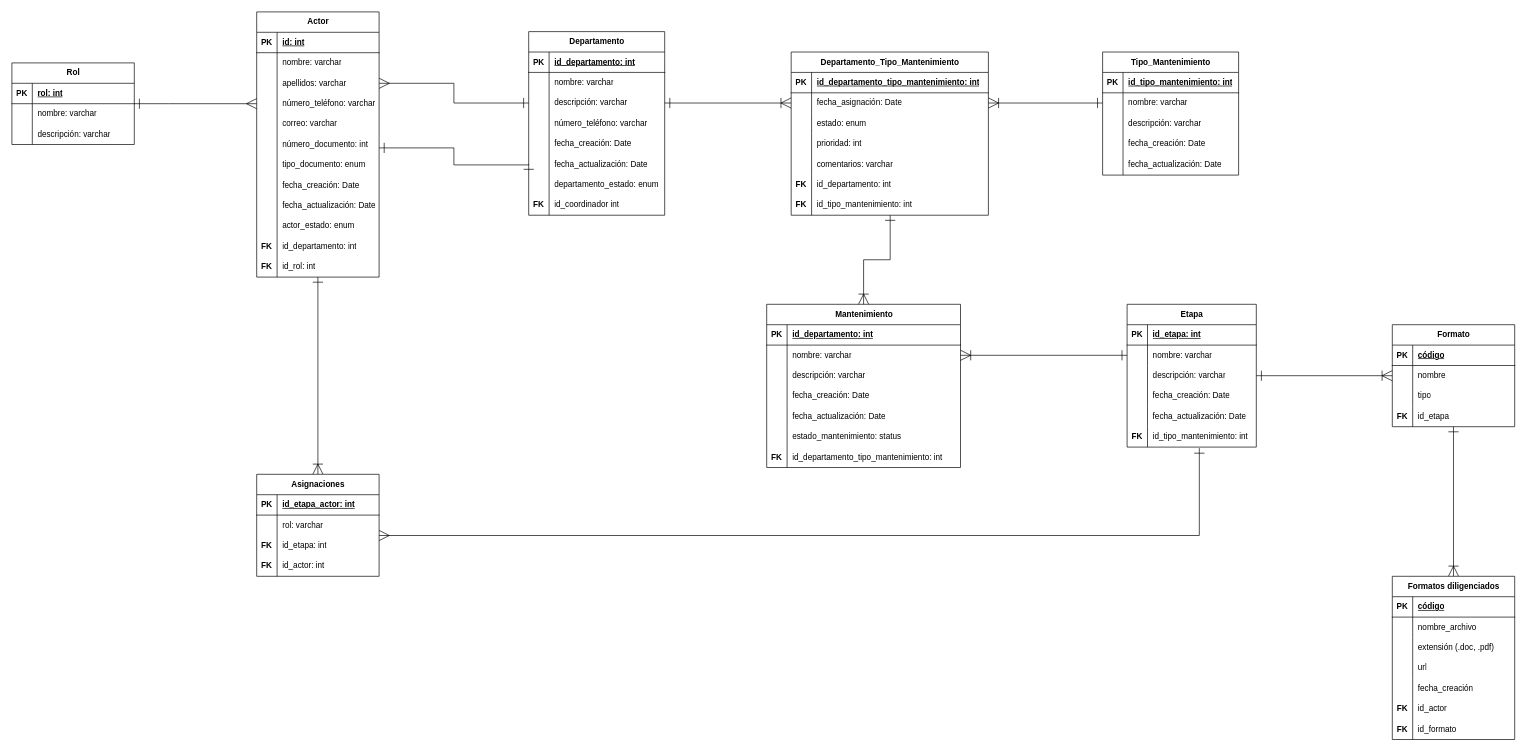
This is Relational model.drawio from DevKike/maintenance_management_system, a draw.io file, before an edit. Source tidied: cells renumbered, new cells numbered last; positions are measured from the earlier drawing's top-left corner, leaving out a move shared by most shapes. Both pictures are drawn from the tidied source at 68%, with x=0, y=0 at pixel (12, 12).
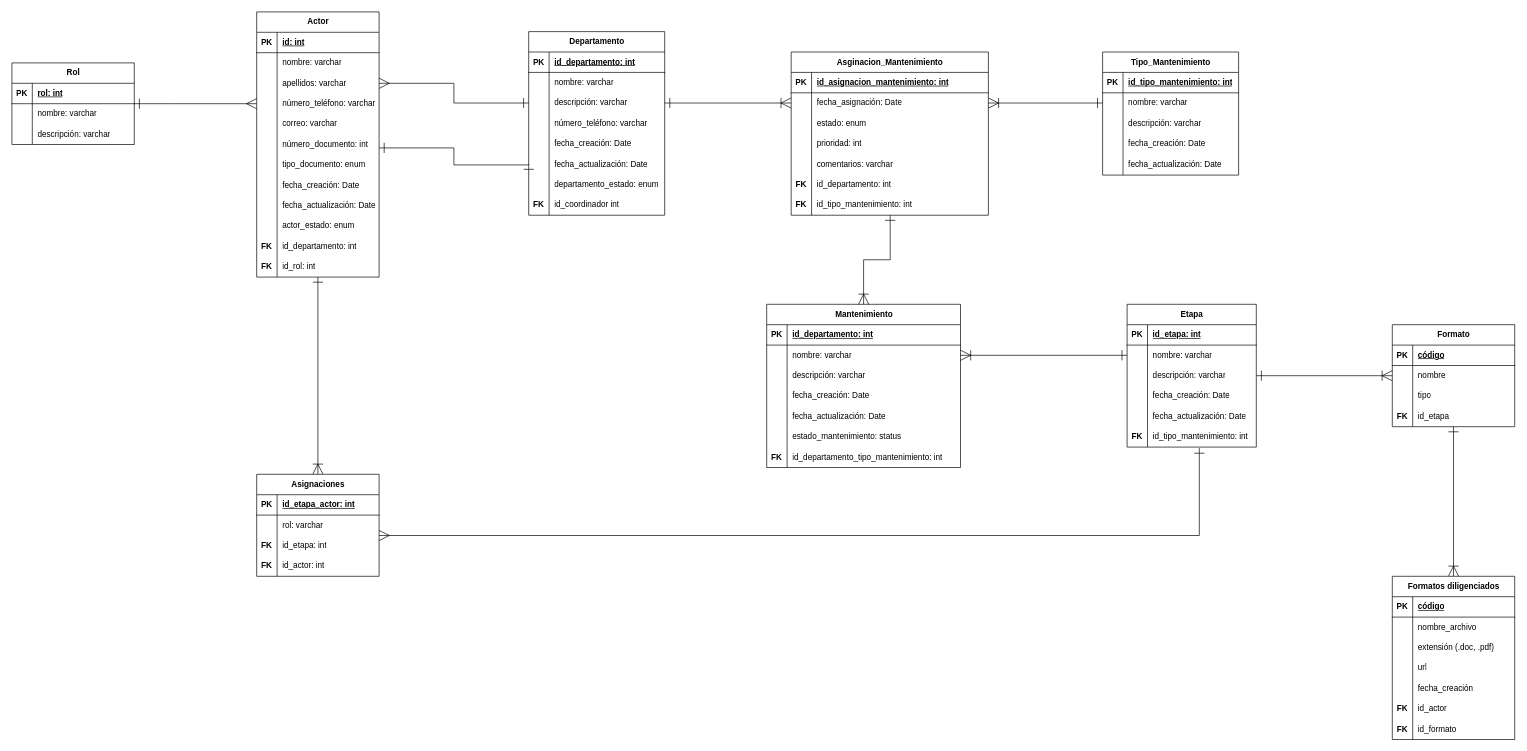
Above is the later version.

Commit message:
Refactor: update an entity's name

The change refers to these unchanged cells:
```xml
<mxCell id="191" style="shape=tableRow;horizontal=0;startSize=0;swimlaneHead=0;swimlaneBody=0;fillColor=none;top=0;left=0;right=0;bottom=1;" parent="190" vertex="1">
  <mxGeometry y="30" width="290" height="30" as="geometry" />
</mxCell>
```

Diff of the diagram source:
```diff
@@
-    <mxCell id="190" value="Departamento_Tipo_Mantenimiento" style="shape=table;startSize=30;childLayout=tableLayout;rowLines=0;fontStyle=1;align=center;html=1;" parent="1" vertex="1">
+    <mxCell id="190" value="Asginacion_Mantenimiento" style="shape=table;startSize=30;childLayout=tableLayout;rowLines=0;fontStyle=1;align=center;html=1;" parent="1" vertex="1">
       <mxGeometry x="1146" y="59" width="290" height="240" as="geometry" />
     </mxCell>
@@
-    <mxCell id="193" value="id_departamento_tipo_mantenimiento: int" style="shape=partialRectangle;fillColor=none;top=0;left=0;bottom=0;right=0;align=left;spacingLeft=6;fontStyle=5;overflow=hidden;whiteSpace=wrap;html=1;" parent="191" vertex="1">
+    <mxCell id="193" value="id_asignacion_mantenimiento: int" style="shape=partialRectangle;fillColor=none;top=0;left=0;bottom=0;right=0;align=left;spacingLeft=6;fontStyle=5;overflow=hidden;whiteSpace=wrap;html=1;" parent="191" vertex="1">
       <mxGeometry x="30" width="260" height="30" as="geometry" />
     </mxCell>
```
